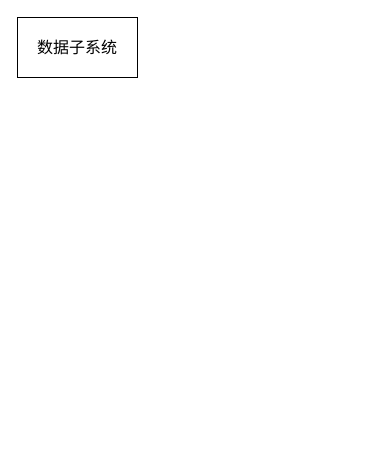
The draw.io diagram page "Page-1" (1 of 2) of 编程/Untitled Diagram.drawio in liugangtaotie/Blog, before the edit. Source tidied: cells renumbered, new cells numbered last; positions are measured from the earlier drawing's top-left corner, leaving out a move shared by most shapes. Both pictures are drawn from the tidied source at 100%, with x=0, y=0 at pixel (17, 17).
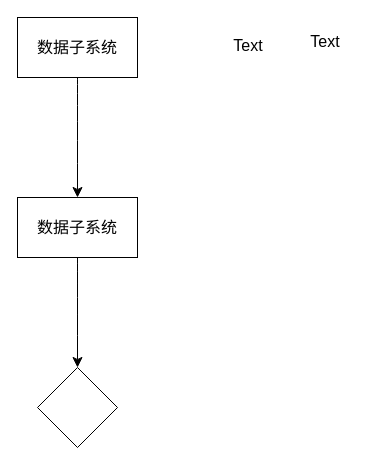
Above is the later version.

Diff of the diagram source:
```diff
@@
 <mxGraphModel>
   <root>
     <mxCell id="0" />
     <mxCell id="1" parent="0" />
+    <mxCell id="3" style="edgeStyle=none;curved=1;rounded=0;jettySize=auto;html=1;fontSize=12;startSize=8;endSize=8;" parent="1" edge="1" source="2" target="5">
+      <mxGeometry relative="1" as="geometry" />
+    </mxCell>
     <mxCell id="2" value="数据子系统" style="whiteSpace=wrap;html=1;fontSize=16;" parent="1" vertex="1">
       <mxGeometry width="120" height="60" as="geometry" />
     </mxCell>
+    <mxCell id="4" style="edgeStyle=none;curved=1;rounded=0;jettySize=auto;html=1;fontSize=12;startSize=8;endSize=8;" parent="1" edge="1" source="5" target="8">
+      <mxGeometry relative="1" as="geometry" />
+    </mxCell>
+    <mxCell id="5" value="数据子系统" style="whiteSpace=wrap;html=1;fontSize=16;" parent="1" vertex="1">
+      <mxGeometry y="180" width="120" height="60" as="geometry" />
+    </mxCell>
+    <mxCell id="6" value="Text" style="text;strokeColor=none;fillColor=none;html=1;align=center;verticalAlign=middle;whiteSpace=wrap;rounded=0;fontSize=16;" parent="1" vertex="1">
+      <mxGeometry x="278" y="9" width="60" height="30" as="geometry" />
+    </mxCell>
+    <mxCell id="7" value="Text" style="text;strokeColor=none;fillColor=none;html=1;align=center;verticalAlign=middle;whiteSpace=wrap;rounded=0;fontSize=16;" parent="1" vertex="1">
+      <mxGeometry x="201" y="13" width="60" height="29" as="geometry" />
+    </mxCell>
+    <mxCell id="8" style="rhombus;whiteSpace=wrap;html=1;fontSize=16;" parent="1" vertex="1">
+      <mxGeometry x="20" y="350" width="80" height="80" as="geometry" />
+    </mxCell>
   </root>
 </mxGraphModel>
```
